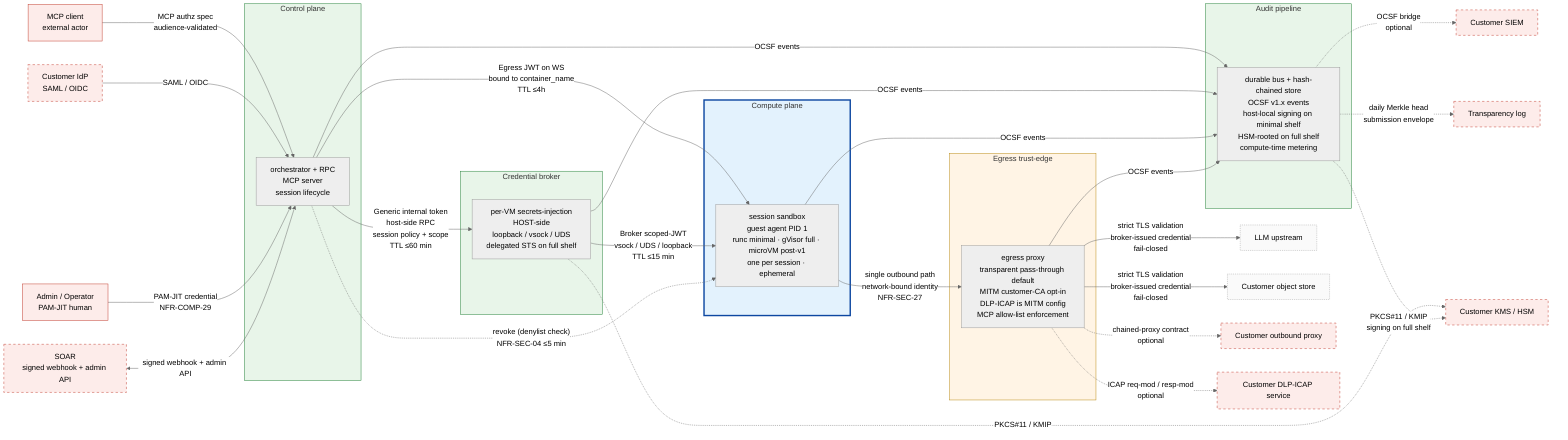
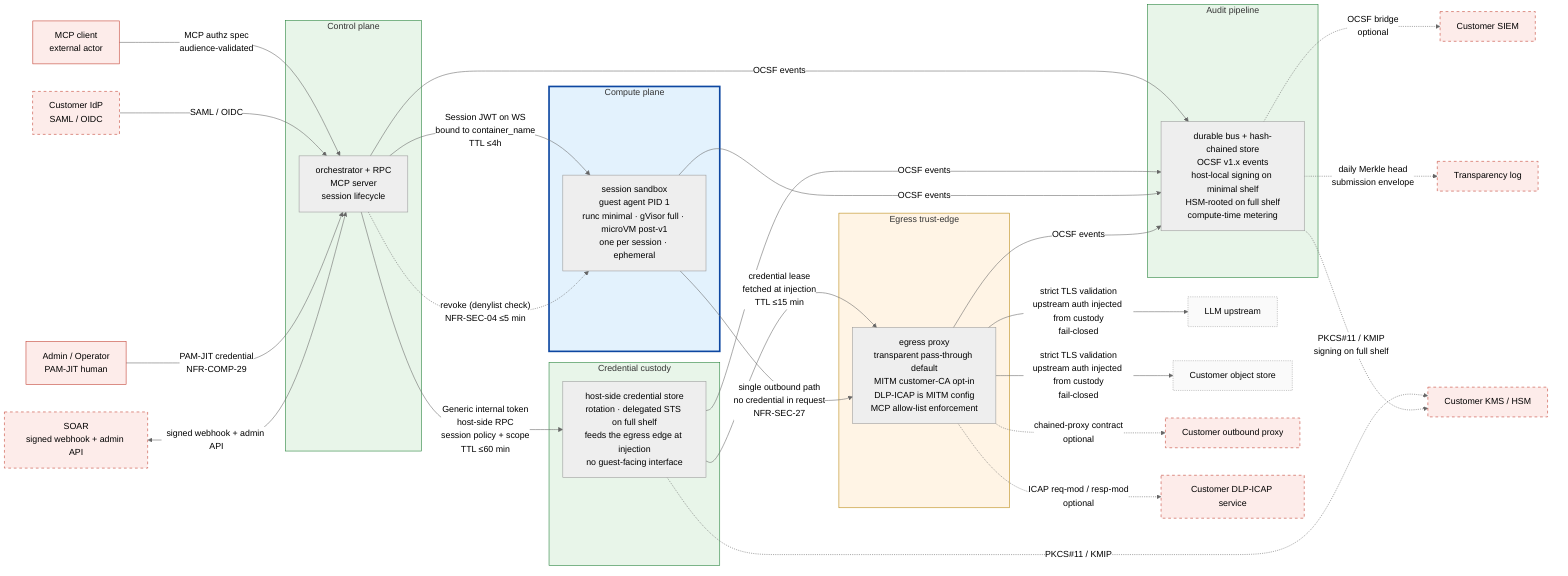
%% SPDX-License-Identifier: FSL-1.1-Apache-2.0
%% Copyright (c) 2025 Open Computer Use Contributors
%% Canonical Layer 3 trust-zone diagram. Referenced from docs/architecture/02-trust-boundaries.md §5.
%% Convention: solid subgraph border = always present; dashed border = optional configuration.
%% Palette (project convention): red untrusted / amber semi-trusted / green trusted / blue isolated.

%%{init: {"theme": "neutral"} }%%
flowchart LR

    %% ─── external actors (untrusted; rendered as plain nodes, not subgraphs) ───
    MCPC[MCP client<br/>external actor]:::ext
    IDP[Customer IdP<br/>SAML / OIDC]:::extOpt
    LLM[LLM upstream]:::endpoint
    OBJ[Customer object store]:::endpoint
    CPROXY[Customer outbound proxy]:::extOpt
    ICAP[Customer DLP-ICAP service]:::extOpt
    SIEM[Customer SIEM]:::extOpt
    KMS[Customer KMS / HSM]:::extOpt
    SOAR[SOAR<br/>signed webhook + admin API]:::extOpt
    OPER[Admin / Operator<br/>PAM-JIT human]:::ext
    TLOG[Transparency log]:::extOpt

    %% ─── our zones ───
    subgraph CP[Control plane]
        ORCH[orchestrator + RPC<br/>MCP server<br/>session lifecycle]
    end

-     subgraph BROKER[Credential broker]
-         BR[per-VM secrets-injection<br/>HOST-side<br/>loopback / vsock / UDS<br/>delegated STS on full shelf]
+     subgraph BROKER[Credential custody]
+         BR[host-side credential store<br/>rotation · delegated STS on full shelf<br/>feeds the egress edge at injection<br/>no guest-facing interface]
    end

    subgraph COMPUTE[Compute plane]
        VM[session sandbox<br/>guest agent PID 1<br/>runc minimal · gVisor full · microVM post-v1<br/>one per session · ephemeral]
    end

    subgraph EDGE[Egress trust-edge]
        PROXY[egress proxy<br/>transparent pass-through default<br/>MITM customer-CA opt-in<br/>DLP-ICAP is MITM config<br/>MCP allow-list enforcement]
    end

    subgraph AUDIT[Audit pipeline]
        BUS[durable bus + hash-chained store<br/>OCSF v1.x events<br/>host-local signing on minimal shelf<br/>HSM-rooted on full shelf<br/>compute-time metering]
    end

    %% ─── inbound edges ───
    MCPC -->|"MCP authz spec<br/>audience-validated"| ORCH
    IDP -->|SAML / OIDC| ORCH
    OPER -->|PAM-JIT credential<br/>NFR-COMP-29| ORCH
    SOAR <-->|signed webhook + admin API| ORCH

    %% ─── internal edges (encrypted in transit; NFR-SEC-37) ───
    ORCH -->|"Generic internal token<br/>host-side RPC<br/>session policy + scope<br/>TTL ≤60 min"| BR
-     ORCH -->|"Egress JWT on WS<br/>bound to container_name<br/>TTL ≤4h"| VM
-     BR -->|"Broker scoped-JWT<br/>vsock / UDS / loopback<br/>TTL ≤15 min"| VM
+     ORCH -->|"Session JWT on WS<br/>bound to container_name<br/>TTL ≤4h"| VM
+     BR -->|"credential lease<br/>fetched at injection<br/>TTL ≤15 min"| PROXY

    %% ─── revoke channel (denylist; independent of IdP reachability) ───
-     %% Compute plane gets a direct denylist check (Egress JWT TTL ≤4h needs it);
-     %% Egress trust-edge revoke is indirect via Credential broker scoped-JWT
-     %% non-reissue (TTL ≤15 min caps propagation), so no direct ORCH→PROXY edge.
+     %% Compute plane gets a direct denylist check (Session JWT TTL ≤4h needs it);
+     %% Egress trust-edge revoke = the edge stops injecting upstream auth for a
+     %% revoked session; the credential-lease TTL (≤15 min) caps how long an
+     %% already-fetched credential survives, so no direct ORCH→PROXY edge.
    ORCH -.->|"revoke (denylist check)<br/>NFR-SEC-04 ≤5 min"| VM

    %% ─── egress edges ───
-     VM -->|"single outbound path<br/>network-bound identity<br/>NFR-SEC-27"| PROXY
-     PROXY -->|"strict TLS validation<br/>broker-issued credential<br/>fail-closed"| LLM
-     PROXY -->|"strict TLS validation<br/>broker-issued credential<br/>fail-closed"| OBJ
+     VM -->|"single outbound path<br/>no credential in request<br/>NFR-SEC-27"| PROXY
+     PROXY -->|"strict TLS validation<br/>upstream auth injected from custody<br/>fail-closed"| LLM
+     PROXY -->|"strict TLS validation<br/>upstream auth injected from custody<br/>fail-closed"| OBJ
    PROXY -.->|"chained-proxy contract<br/>optional"| CPROXY
    PROXY -.->|"ICAP req-mod / resp-mod<br/>optional"| ICAP

    %% ─── audit edges (every named zone emits OCSF events) ───
    ORCH -->|OCSF events| BUS
    BR -->|OCSF events| BUS
    VM -->|OCSF events| BUS
    PROXY -->|OCSF events| BUS

    %% ─── audit egress ───
    BUS -.->|"OCSF bridge<br/>optional"| SIEM
    BUS -.->|"daily Merkle head<br/>submission envelope"| TLOG

    %% ─── KMS path (optional, full-capability shelf only) ───
    BR -.->|"PKCS#11 / KMIP"| KMS
    BUS -.->|"PKCS#11 / KMIP<br/>signing on full shelf"| KMS

    %% ─── styling (project palette: red untrusted / amber semi-trusted / green trusted / blue isolated) ───
    classDef ext fill:#fdecea,stroke:#c0392b,stroke-width:1px;
    classDef extOpt fill:#fdecea,stroke:#c0392b,stroke-dasharray: 5 5;
    classDef endpoint fill:#fafafa,stroke:#9e9e9e,stroke-dasharray: 2 2;
    style CP fill:#e8f5e9,stroke:#1e7e34,stroke-width:1px;
    style BROKER fill:#e8f5e9,stroke:#1e7e34,stroke-width:1px;
    style COMPUTE fill:#e3f2fd,stroke:#0d47a1,stroke-width:3px;
    style EDGE fill:#fff4e5,stroke:#b8860b,stroke-width:1px;
    style AUDIT fill:#e8f5e9,stroke:#1e7e34,stroke-width:1px;
